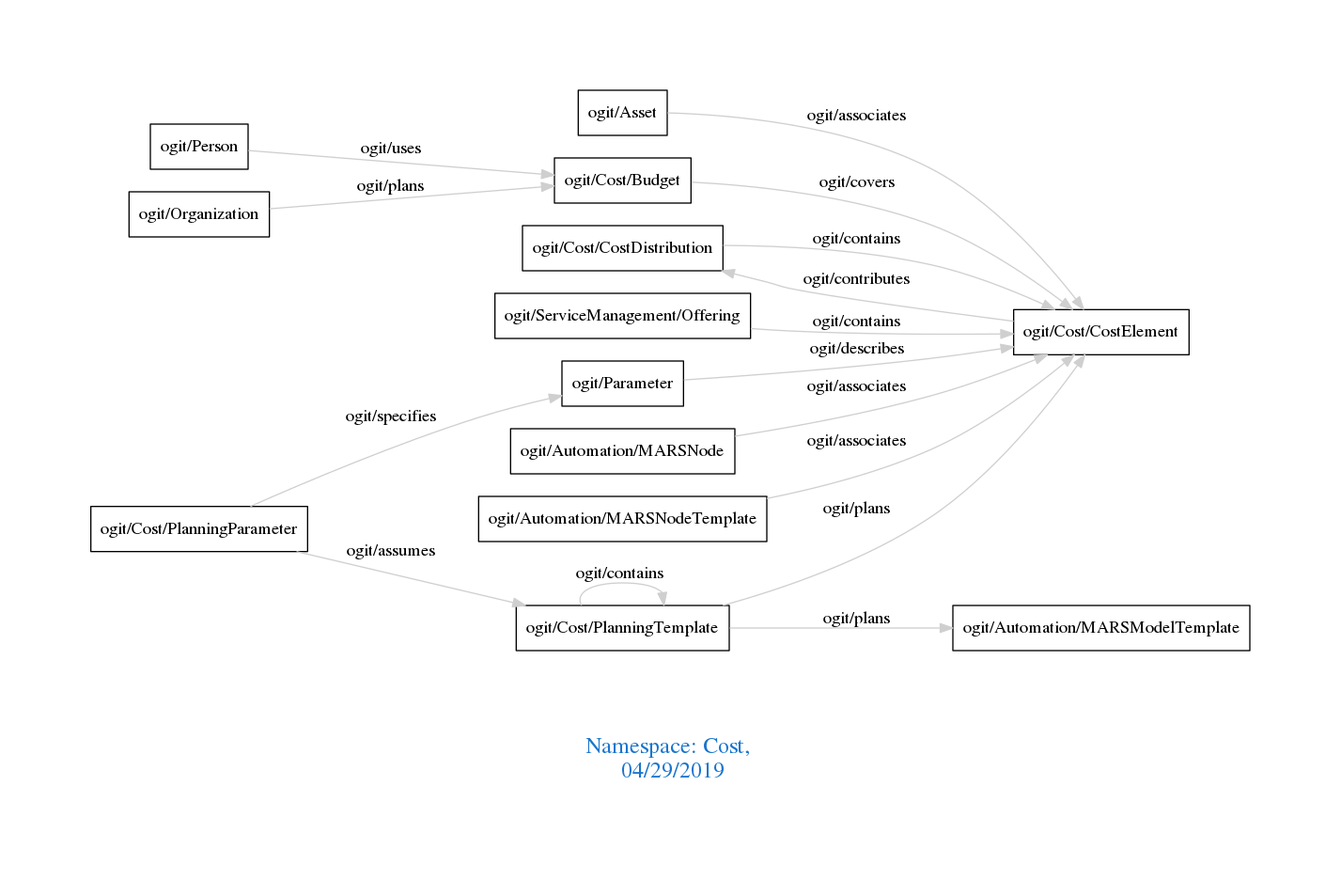
Before: downloads/Cost.png, a diagram exported from Graphviz (arago/OGIT). Its source is kept beside it as downloads/Cost.dot.
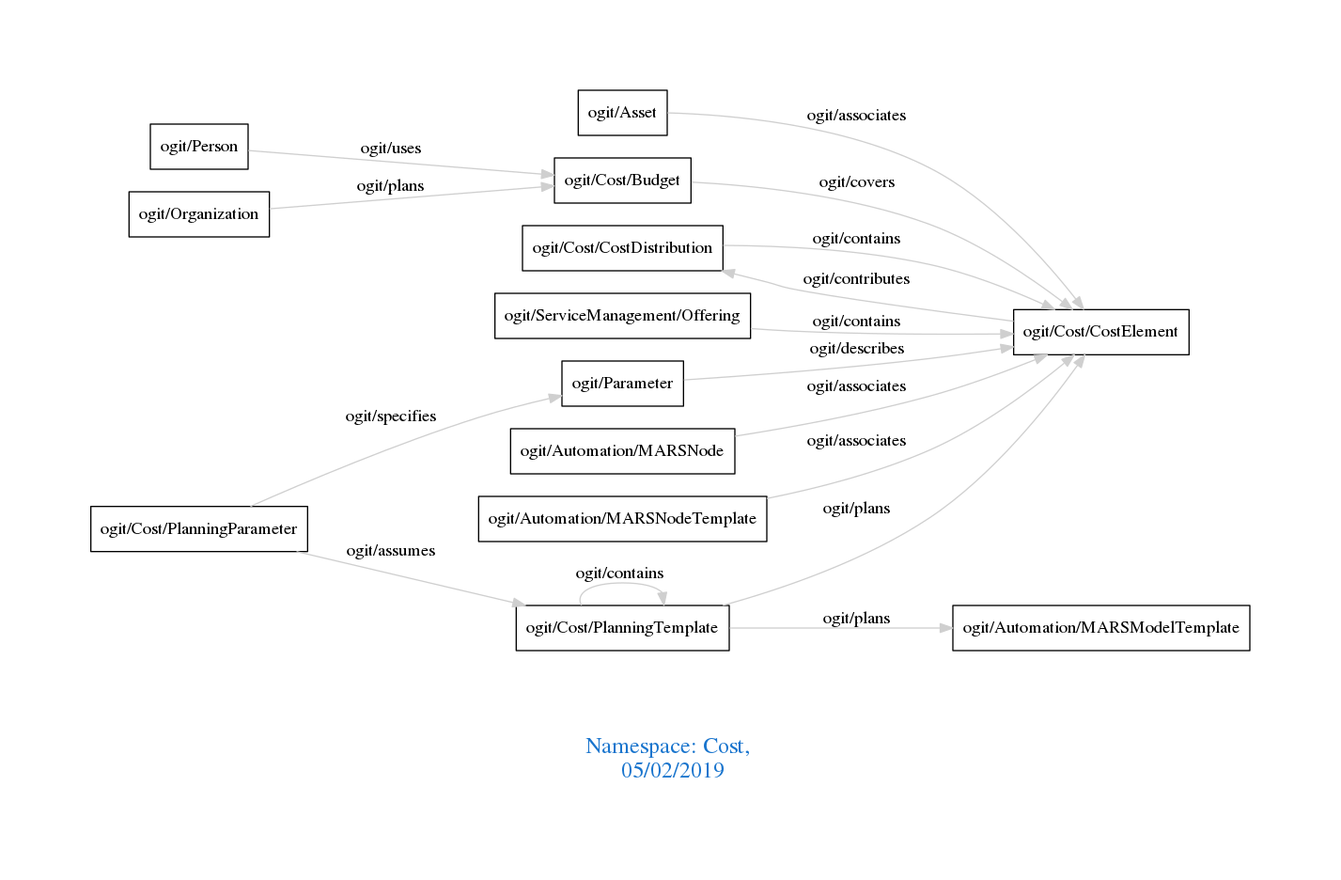
After the commit.

Diff of the diagram source:
```diff
@@ -1,7 +1,7 @@
 digraph OGIT_ontology {
  graph [ rankdir= LR,pad=1
 fontsize = 18,
-fontcolor= dodgerblue3,label = "\n\n\nNamespace: Cost, \n 04/29/2019"];
+fontcolor= dodgerblue3,label = "\n\n\nNamespace: Cost, \n 05/02/2019"];
 node[shape=polygon];
 edge [  color="gray81"];
 
```
